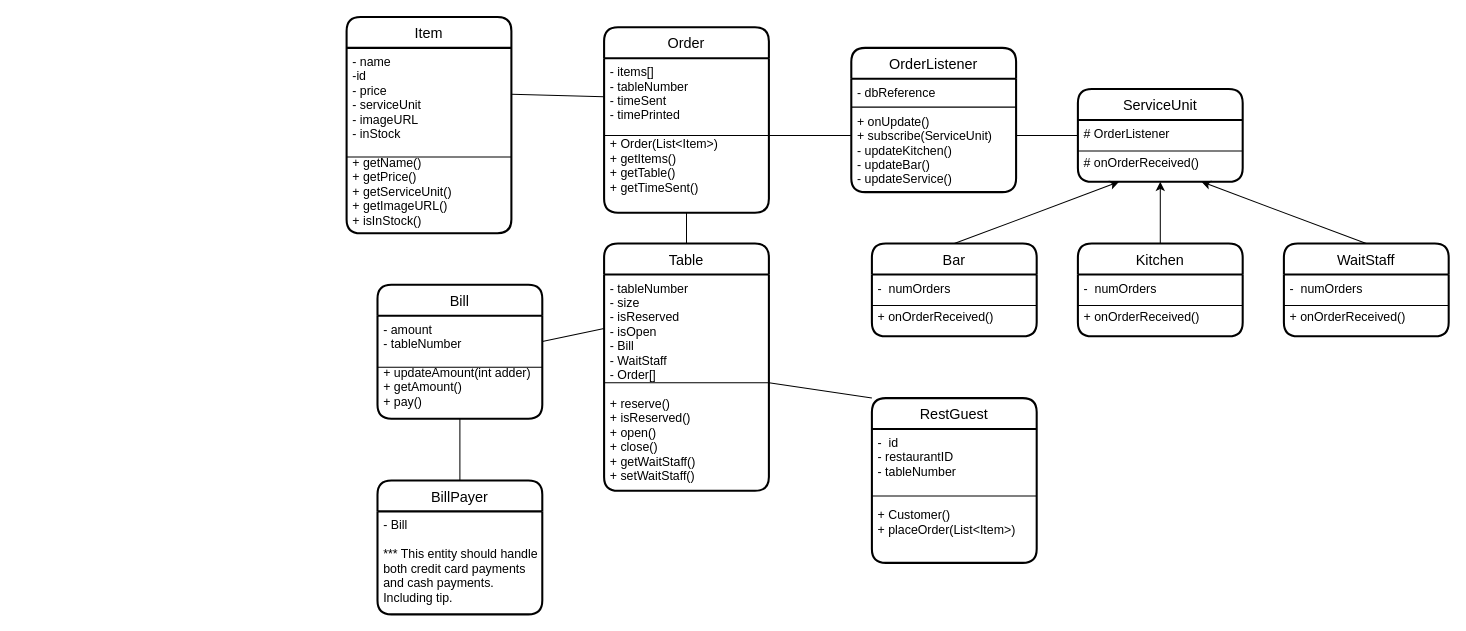
The draw.io diagram Class Diagram.drawio in SoftwareEng-3010/Diagrams, before the edit. Source tidied: cells renumbered, new cells numbered last; positions are measured from the earlier drawing's top-left corner, leaving out a move shared by most shapes. Both pictures are drawn from the tidied source at 103%, with x=0, y=0 at pixel (346, 16).
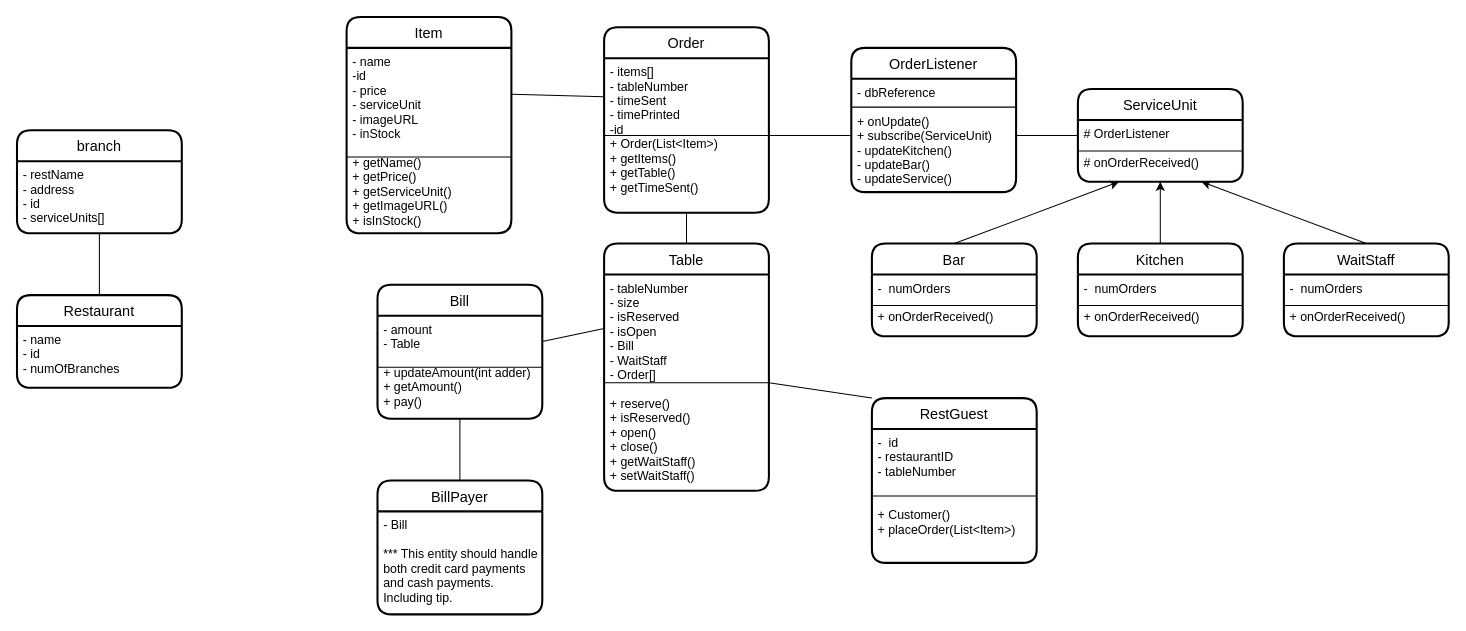
The same page after the edit.

Commit message (it also covers changes not shown here):
Finished Object

The change refers to these unchanged cells:
```xml
<mxCell id="14" value="Order" style="swimlane;horizontal=1;startSize=30;rounded=1;fontSize=14;fontStyle=0;strokeWidth=2;shadow=0;dashed=0;align=center;" parent="1" vertex="1">
  <mxGeometry x="250" y="10" width="160" height="180" as="geometry" />
</mxCell>
<mxCell id="34" value="Bill" style="swimlane;horizontal=1;startSize=30;rounded=1;fontSize=14;fontStyle=0;strokeWidth=2;shadow=0;dashed=0;align=center;" parent="1" vertex="1">
  <mxGeometry x="30" y="260" width="160" height="130" as="geometry" />
</mxCell>
```

The edit, as a diff of the source:
```diff
@@
-    <mxCell id="15" value="- items[]&#10;- tableNumber&#10;- timeSent&#10;- timePrinted&#10;&#10;+ Order(List&lt;Item&gt;)&#10;+ getItems()&#10;+ getTable()&#10;+ getTimeSent()" style="align=left;strokeColor=none;fillColor=none;spacingLeft=4;fontSize=12;verticalAlign=top;" parent="14" vertex="1">
+    <mxCell id="15" value="- items[]&#10;- tableNumber&#10;- timeSent&#10;- timePrinted&#10;-id&#10;+ Order(List&lt;Item&gt;)&#10;+ getItems()&#10;+ getTable()&#10;+ getTimeSent()" style="align=left;strokeColor=none;fillColor=none;spacingLeft=4;fontSize=12;verticalAlign=top;" parent="14" vertex="1">
       <mxGeometry y="30" width="160" height="150" as="geometry" />
     </mxCell>
@@
-    <mxCell id="35" value="- amount&#10;- tableNumber&#10;&#10;+ updateAmount(int adder)&#10;+ getAmount()&#10;+ pay()&#10;" style="align=left;strokeColor=none;fillColor=none;spacingLeft=4;fontSize=12;verticalAlign=top;" parent="34" vertex="1">
+    <mxCell id="35" value="- amount&#10;- Table &#10;&#10;+ updateAmount(int adder)&#10;+ getAmount()&#10;+ pay()&#10;" style="align=left;strokeColor=none;fillColor=none;spacingLeft=4;fontSize=12;verticalAlign=top;" parent="34" vertex="1">
       <mxGeometry y="30" width="160" height="100" as="geometry" />
     </mxCell>
@@
+    <mxCell id="44" value="Restaurant" style="swimlane;horizontal=1;startSize=30;rounded=1;fontSize=14;fontStyle=0;strokeWidth=2;shadow=0;dashed=0;align=center;" parent="1" vertex="1">
+      <mxGeometry x="-320" y="270" width="160" height="90" as="geometry" />
+    </mxCell>
+    <mxCell id="45" value="- name&#10;- id&#10;- numOfBranches&#10;" style="align=left;strokeColor=none;fillColor=none;spacingLeft=4;fontSize=12;verticalAlign=top;" parent="44" vertex="1">
+      <mxGeometry y="30" width="160" height="60" as="geometry" />
+    </mxCell>
+    <mxCell id="46" value="branch" style="swimlane;horizontal=1;startSize=30;rounded=1;fontSize=14;fontStyle=0;strokeWidth=2;shadow=0;dashed=0;align=center;" parent="1" vertex="1">
+      <mxGeometry x="-320" y="110" width="160" height="100" as="geometry" />
+    </mxCell>
+    <mxCell id="47" value="- restName&#10;- address&#10;- id&#10;- serviceUnits[]&#10;" style="align=left;strokeColor=none;fillColor=none;spacingLeft=4;fontSize=12;verticalAlign=top;" parent="46" vertex="1">
+      <mxGeometry y="30" width="160" height="70" as="geometry" />
+    </mxCell>
+    <mxCell id="48" style="endArrow=none;html=1;rounded=0;entryX=0.5;entryY=0;entryDx=0;entryDy=0;exitX=0.5;exitY=1;exitDx=0;exitDy=0;" parent="1" edge="1" source="47" target="44">
+      <mxGeometry relative="1" as="geometry" />
+    </mxCell>
```
